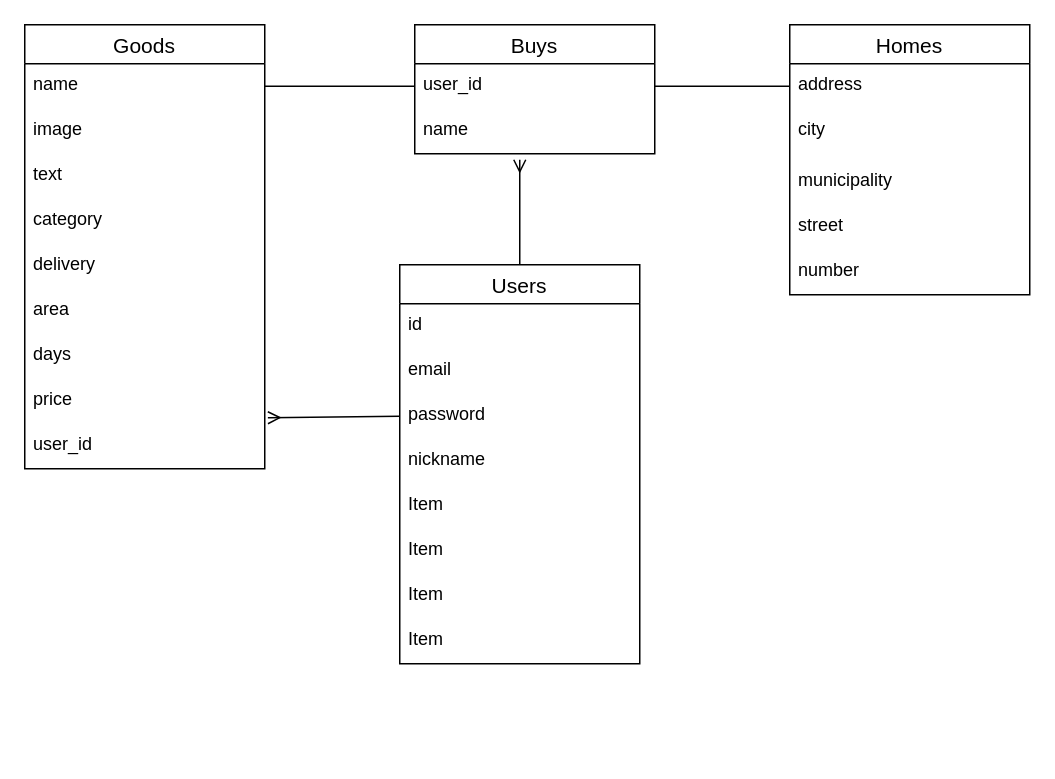
This is frima.dio from kazuma-0312/furima-32617, a draw.io file, before an edit. Source tidied: cells renumbered, new cells numbered last; positions are measured from the earlier drawing's top-left corner, leaving out a move shared by most shapes. Both pictures are drawn from the tidied source at 150%, with x=0, y=0 at pixel (24, 24).
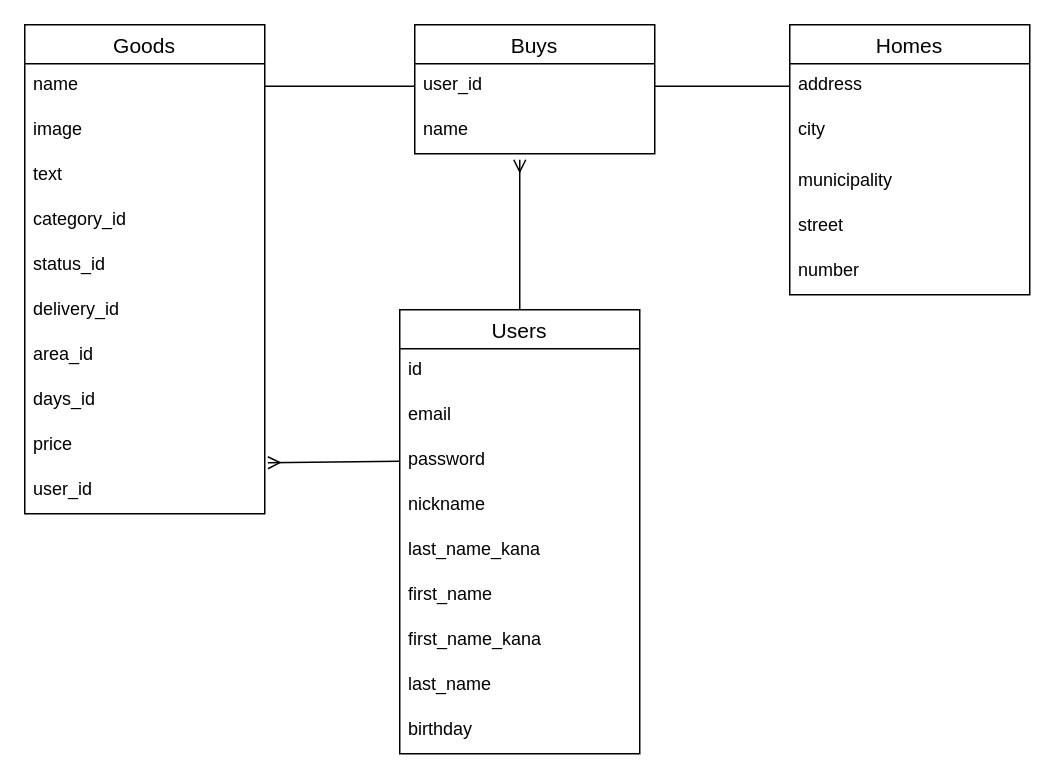
The same diagram, later.

Diff of the diagram source:
```diff
@@
     <mxCell id="3" value="Users" style="swimlane;fontStyle=0;horizontal=1;startSize=26;align=center;fontSize=14;" parent="1" vertex="1">
-      <mxGeometry x="250" y="160" width="160" height="266" as="geometry" />
+      <mxGeometry x="250" y="190" width="160" height="296" as="geometry" />
     </mxCell>
@@
-    <mxCell id="8" value="Item" style="text;strokeColor=none;fillColor=none;spacingLeft=4;spacingRight=4;overflow=hidden;fontSize=12;" parent="3" vertex="1">
+    <mxCell id="8" value="last_name_kana" style="text;strokeColor=none;fillColor=none;spacingLeft=4;spacingRight=4;overflow=hidden;fontSize=12;" parent="3" vertex="1">
       <mxGeometry y="146" width="160" height="30" as="geometry" />
     </mxCell>
+    <mxCell id="34" value="first_name" style="text;strokeColor=none;fillColor=none;spacingLeft=4;spacingRight=4;overflow=hidden;fontSize=12;" parent="3" vertex="1">
+      <mxGeometry y="176" width="160" height="30" as="geometry" />
+    </mxCell>
+    <mxCell id="10" value="first_name_kana" style="text;strokeColor=none;fillColor=none;spacingLeft=4;spacingRight=4;overflow=hidden;fontSize=12;" parent="3" vertex="1">
+      <mxGeometry y="206" width="160" height="30" as="geometry" />
+    </mxCell>
-    <mxCell id="9" value="Item" style="text;strokeColor=none;fillColor=none;spacingLeft=4;spacingRight=4;overflow=hidden;fontSize=12;" parent="3" vertex="1">
-      <mxGeometry y="176" width="160" height="30" as="geometry" />
+    <mxCell id="9" value="last_name" style="text;strokeColor=none;fillColor=none;spacingLeft=4;spacingRight=4;overflow=hidden;fontSize=12;" parent="3" vertex="1">
+      <mxGeometry y="236" width="160" height="30" as="geometry" />
     </mxCell>
-    <mxCell id="10" value="Item" style="text;strokeColor=none;fillColor=none;spacingLeft=4;spacingRight=4;overflow=hidden;fontSize=12;" parent="3" vertex="1">
-      <mxGeometry y="206" width="160" height="30" as="geometry" />
-    </mxCell>
-    <mxCell id="11" value="Item" style="text;strokeColor=none;fillColor=none;spacingLeft=4;spacingRight=4;overflow=hidden;fontSize=12;" parent="3" vertex="1">
-      <mxGeometry y="236" width="160" height="30" as="geometry" />
-    </mxCell>
+    <mxCell id="35" value="birthday" style="text;strokeColor=none;fillColor=none;spacingLeft=4;spacingRight=4;overflow=hidden;fontSize=12;" parent="3" vertex="1">
+      <mxGeometry y="266" width="160" height="30" as="geometry" />
+    </mxCell>
@@
     <mxCell id="21" value="Goods" style="swimlane;fontStyle=0;horizontal=1;startSize=26;align=center;fontSize=14;" parent="1" vertex="1">
-      <mxGeometry width="160" height="296" as="geometry" />
+      <mxGeometry width="160" height="326" as="geometry" />
     </mxCell>
@@
-    <mxCell id="25" value="category" style="text;strokeColor=none;fillColor=none;spacingLeft=4;spacingRight=4;overflow=hidden;fontSize=12;" parent="21" vertex="1">
+    <mxCell id="25" value="category_id" style="text;strokeColor=none;fillColor=none;spacingLeft=4;spacingRight=4;overflow=hidden;fontSize=12;" parent="21" vertex="1">
       <mxGeometry y="116" width="160" height="30" as="geometry" />
     </mxCell>
+    <mxCell id="36" value="status_id" style="text;strokeColor=none;fillColor=none;spacingLeft=4;spacingRight=4;overflow=hidden;fontSize=12;" parent="21" vertex="1">
+      <mxGeometry y="146" width="160" height="30" as="geometry" />
+    </mxCell>
-    <mxCell id="26" value="delivery" style="text;strokeColor=none;fillColor=none;spacingLeft=4;spacingRight=4;overflow=hidden;fontSize=12;" parent="21" vertex="1">
-      <mxGeometry y="146" width="160" height="30" as="geometry" />
+    <mxCell id="26" value="delivery_id" style="text;strokeColor=none;fillColor=none;spacingLeft=4;spacingRight=4;overflow=hidden;fontSize=12;" parent="21" vertex="1">
+      <mxGeometry y="176" width="160" height="30" as="geometry" />
     </mxCell>
-    <mxCell id="27" value="area" style="text;strokeColor=none;fillColor=none;spacingLeft=4;spacingRight=4;overflow=hidden;fontSize=12;" parent="21" vertex="1">
-      <mxGeometry y="176" width="160" height="30" as="geometry" />
+    <mxCell id="27" value="area_id" style="text;strokeColor=none;fillColor=none;spacingLeft=4;spacingRight=4;overflow=hidden;fontSize=12;" parent="21" vertex="1">
+      <mxGeometry y="206" width="160" height="30" as="geometry" />
     </mxCell>
-    <mxCell id="28" value="days" style="text;strokeColor=none;fillColor=none;spacingLeft=4;spacingRight=4;overflow=hidden;fontSize=12;" parent="21" vertex="1">
-      <mxGeometry y="206" width="160" height="30" as="geometry" />
+    <mxCell id="28" value="days_id" style="text;strokeColor=none;fillColor=none;spacingLeft=4;spacingRight=4;overflow=hidden;fontSize=12;" parent="21" vertex="1">
+      <mxGeometry y="236" width="160" height="30" as="geometry" />
     </mxCell>
     <mxCell id="29" value="price" style="text;strokeColor=none;fillColor=none;spacingLeft=4;spacingRight=4;overflow=hidden;fontSize=12;" parent="21" vertex="1">
-      <mxGeometry y="236" width="160" height="30" as="geometry" />
+      <mxGeometry y="266" width="160" height="30" as="geometry" />
     </mxCell>
     <mxCell id="30" value="user_id" style="text;strokeColor=none;fillColor=none;spacingLeft=4;spacingRight=4;overflow=hidden;points=[[0,0.5],[1,0.5]];portConstraint=eastwest;fontSize=12;" parent="21" vertex="1">
-      <mxGeometry y="266" width="160" height="30" as="geometry" />
+      <mxGeometry y="296" width="160" height="30" as="geometry" />
     </mxCell>
```
